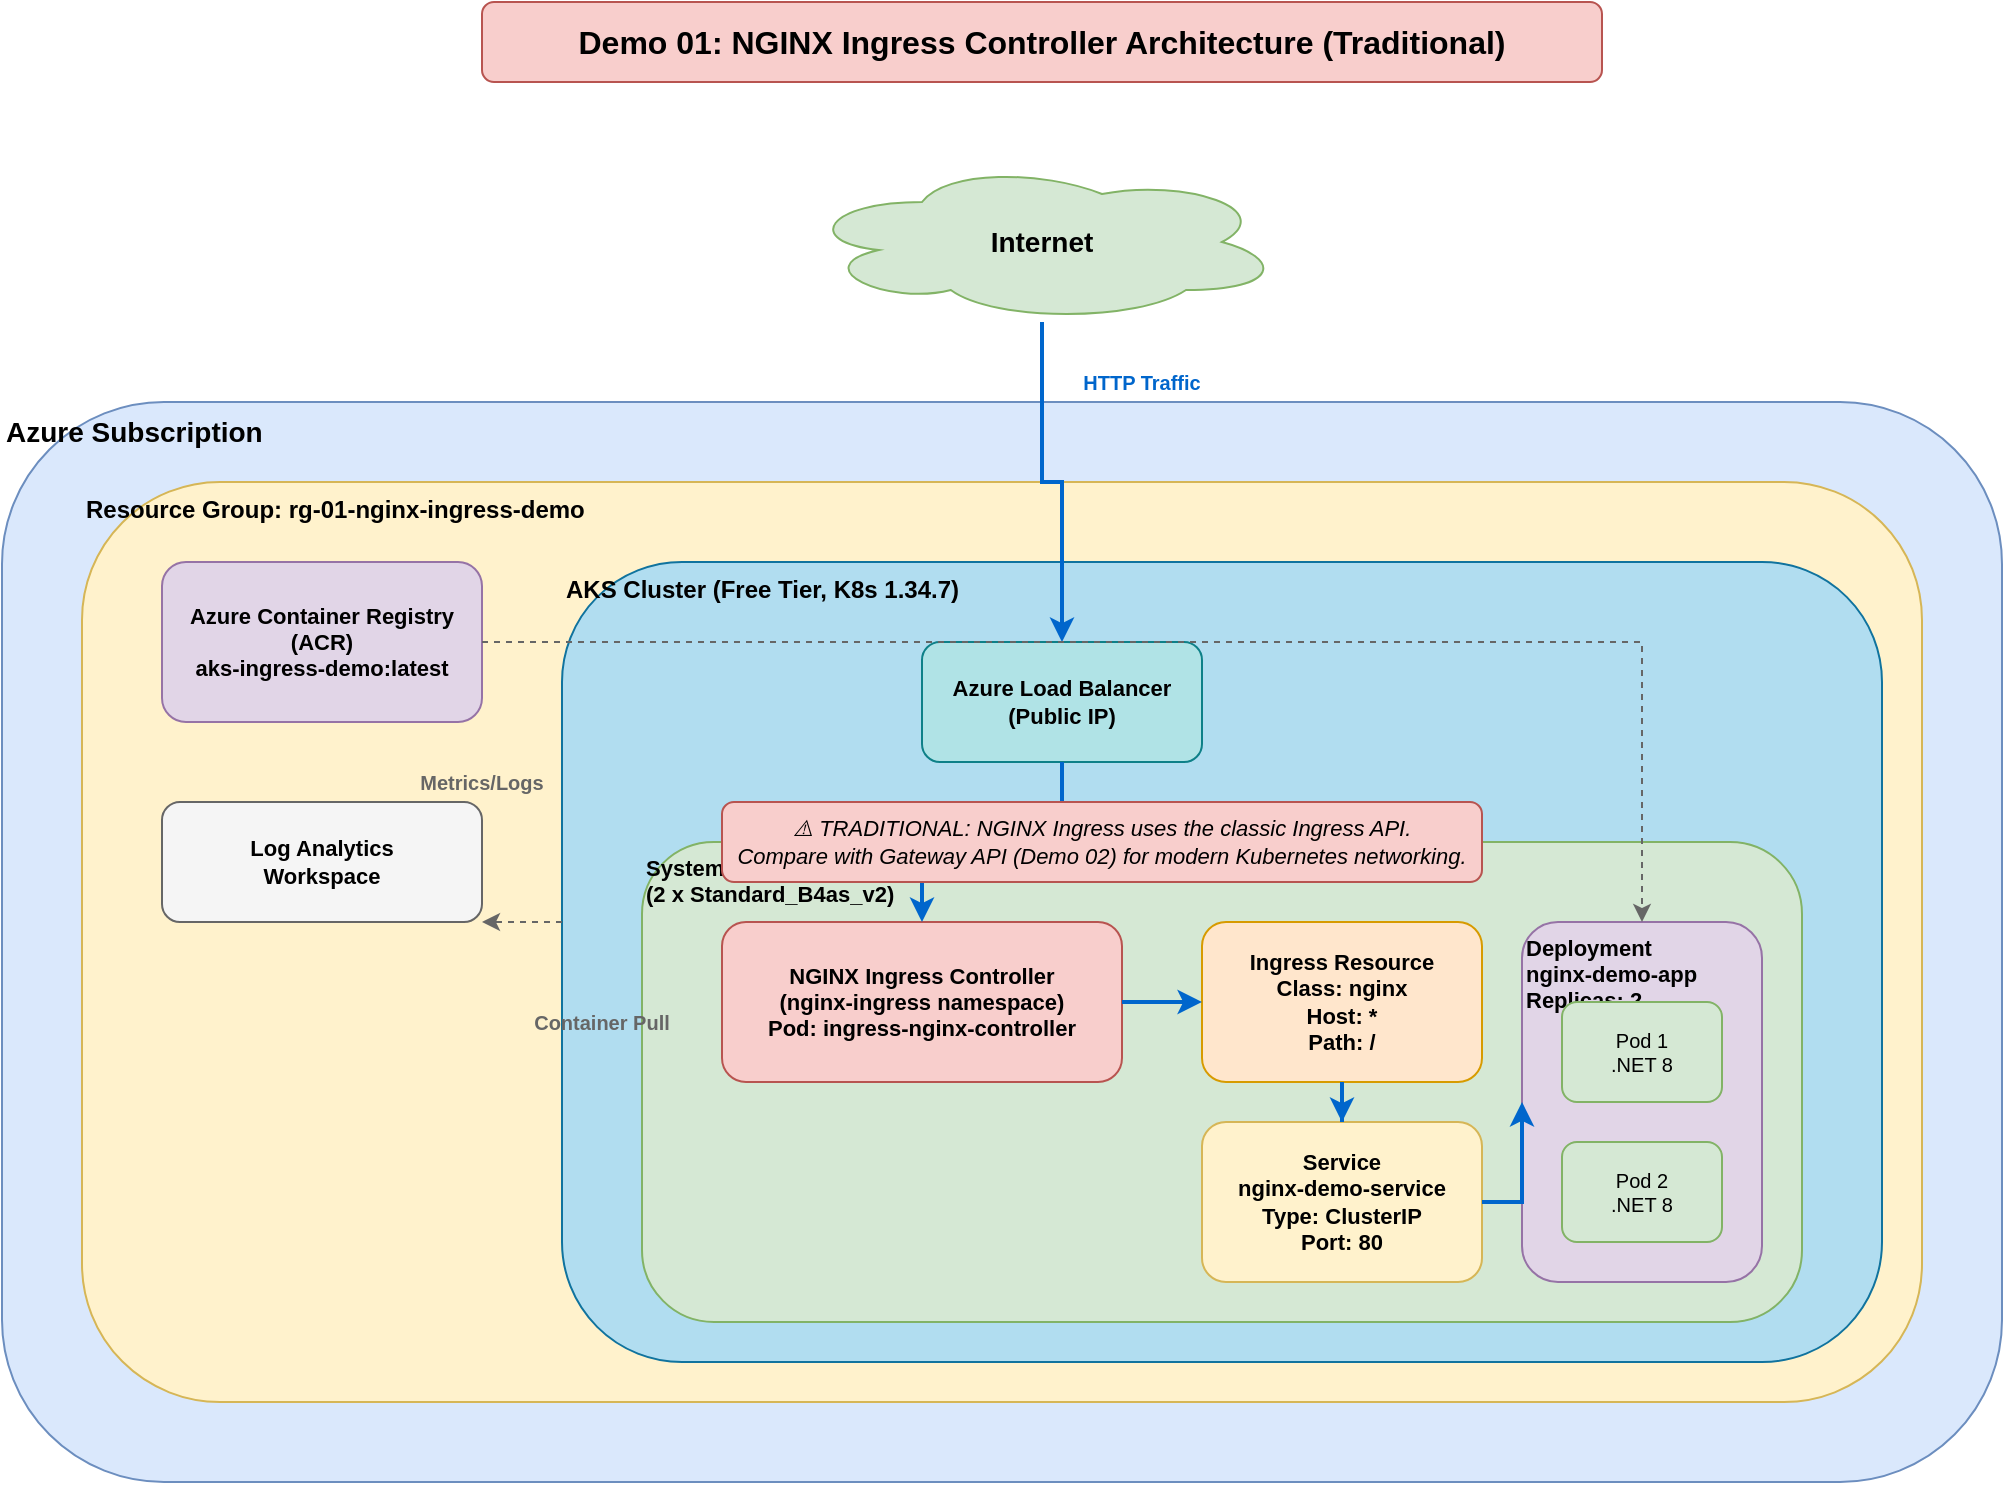
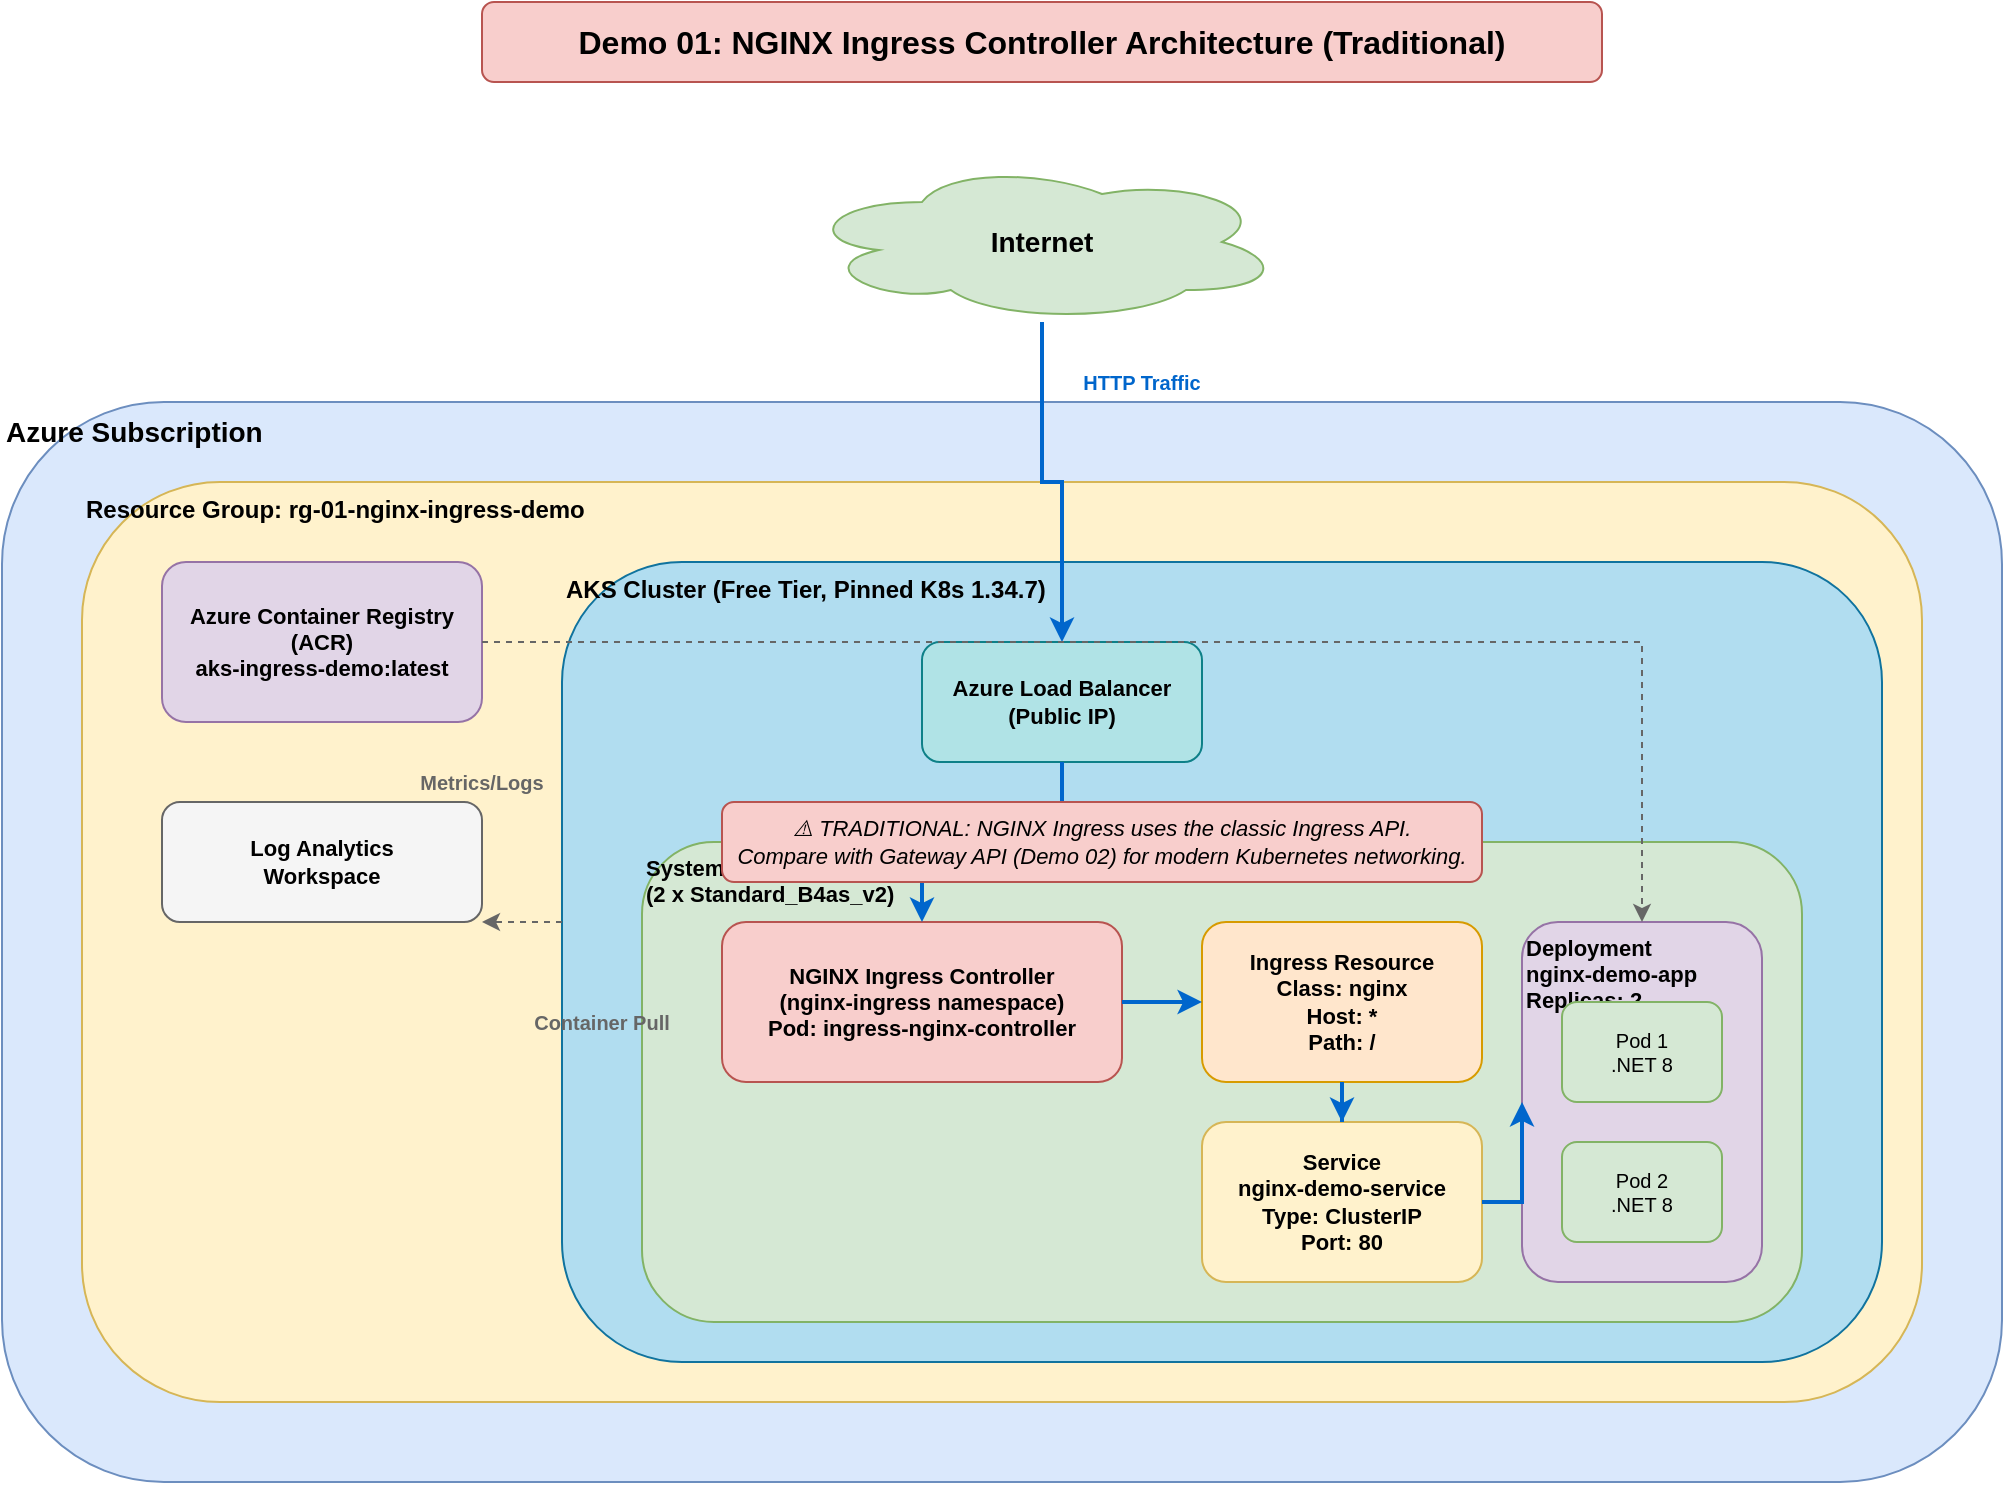
<mxfile host="app.diagrams.net" modified="2026-05-21T12:17:00.000Z" agent="draw.io" version="24.0.0">
  <diagram name="NGINX Ingress Architecture" id="nginx-ingress-arch">
    <mxGraphModel dx="1422" dy="794" grid="1" gridSize="10" guides="1" tooltips="1" connect="1" arrows="1" fold="1" page="1" pageScale="1" pageWidth="1169" pageHeight="827" math="0" shadow="0">
      <root>
        <mxCell id="0" />
        <mxCell id="1" parent="0" />

        <!-- Title -->
        <mxCell id="title" value="Demo 01: NGINX Ingress Controller Architecture (Traditional)" style="text;html=1;strokeColor=#b85450;fillColor=#f8cecc;align=center;verticalAlign=middle;whiteSpace=wrap;rounded=1;fontStyle=1;fontSize=16;" vertex="1" parent="1">
          <mxGeometry x="320" y="40" width="560" height="40" as="geometry" />
        </mxCell>

        <!-- Internet Cloud -->
        <mxCell id="internet" value="Internet" style="ellipse;shape=cloud;whiteSpace=wrap;html=1;fillColor=#d5e8d4;strokeColor=#82b366;fontSize=14;fontStyle=1" vertex="1" parent="1">
          <mxGeometry x="480" y="120" width="240" height="80" as="geometry" />
        </mxCell>

        <!-- Azure Subscription Box -->
        <mxCell id="azure-sub" value="Azure Subscription" style="rounded=1;whiteSpace=wrap;html=1;fillColor=#dae8fc;strokeColor=#6c8ebf;verticalAlign=top;fontStyle=1;fontSize=14;align=left;" vertex="1" parent="1">
          <mxGeometry x="80" y="240" width="1000" height="540" as="geometry" />
        </mxCell>

        <!-- Resource Group -->
        <mxCell id="rg" value="Resource Group: rg-01-nginx-ingress-demo" style="rounded=1;whiteSpace=wrap;html=1;fillColor=#fff2cc;strokeColor=#d6b656;verticalAlign=top;fontStyle=1;fontSize=12;align=left;" vertex="1" parent="1">
          <mxGeometry x="120" y="280" width="920" height="460" as="geometry" />
        </mxCell>

        <!-- Azure Container Registry -->
        <mxCell id="acr" value="Azure Container Registry&#xa;(ACR)&#xa;aks-ingress-demo:latest" style="rounded=1;whiteSpace=wrap;html=1;fillColor=#e1d5e7;strokeColor=#9673a6;fontSize=11;fontStyle=1" vertex="1" parent="1">
          <mxGeometry x="160" y="320" width="160" height="80" as="geometry" />
        </mxCell>

        <!-- AKS Cluster Box -->
-         <mxCell id="aks-cluster" value="AKS Cluster (Free Tier, K8s 1.34.7)" style="rounded=1;whiteSpace=wrap;html=1;fillColor=#b1ddf0;strokeColor=#10739e;verticalAlign=top;fontStyle=1;fontSize=12;align=left;" vertex="1" parent="1">
+         <mxCell id="aks-cluster" value="AKS Cluster (Free Tier, Pinned K8s 1.34.7)" style="rounded=1;whiteSpace=wrap;html=1;fillColor=#b1ddf0;strokeColor=#10739e;verticalAlign=top;fontStyle=1;fontSize=12;align=left;" vertex="1" parent="1">
          <mxGeometry x="360" y="320" width="660" height="400" as="geometry" />
        </mxCell>

        <!-- Load Balancer -->
        <mxCell id="lb" value="Azure Load Balancer&#xa;(Public IP)" style="rounded=1;whiteSpace=wrap;html=1;fillColor=#b0e3e6;strokeColor=#0e8088;fontSize=11;fontStyle=1" vertex="1" parent="1">
          <mxGeometry x="540" y="360" width="140" height="60" as="geometry" />
        </mxCell>

        <!-- System Node Pool -->
        <mxCell id="nodepool" value="System Node Pool&#xa;(2 x Standard_B4as_v2)" style="rounded=1;whiteSpace=wrap;html=1;fillColor=#d5e8d4;strokeColor=#82b366;verticalAlign=top;fontStyle=1;fontSize=11;align=left;" vertex="1" parent="1">
          <mxGeometry x="400" y="460" width="580" height="240" as="geometry" />
        </mxCell>

        <!-- NGINX Ingress Controller -->
        <mxCell id="nginx-controller" value="NGINX Ingress Controller&#xa;(nginx-ingress namespace)&#xa;Pod: ingress-nginx-controller" style="rounded=1;whiteSpace=wrap;html=1;fillColor=#f8cecc;strokeColor=#b85450;fontSize=11;fontStyle=1" vertex="1" parent="1">
          <mxGeometry x="440" y="500" width="200" height="80" as="geometry" />
        </mxCell>

        <!-- Ingress Resource -->
        <mxCell id="ingress" value="Ingress Resource&#xa;Class: nginx&#xa;Host: *&#xa;Path: /" style="rounded=1;whiteSpace=wrap;html=1;fillColor=#ffe6cc;strokeColor=#d79b00;fontSize=11;fontStyle=1" vertex="1" parent="1">
          <mxGeometry x="680" y="500" width="140" height="80" as="geometry" />
        </mxCell>

        <!-- Service -->
        <mxCell id="service" value="Service&#xa;nginx-demo-service&#xa;Type: ClusterIP&#xa;Port: 80" style="rounded=1;whiteSpace=wrap;html=1;fillColor=#fff2cc;strokeColor=#d6b656;fontSize=11;fontStyle=1" vertex="1" parent="1">
          <mxGeometry x="680" y="600" width="140" height="80" as="geometry" />
        </mxCell>

        <!-- Deployment/Pods -->
        <mxCell id="deployment" value="Deployment&#xa;nginx-demo-app&#xa;Replicas: 2" style="rounded=1;whiteSpace=wrap;html=1;fillColor=#e1d5e7;strokeColor=#9673a6;verticalAlign=top;fontStyle=1;fontSize=11;align=left;" vertex="1" parent="1">
          <mxGeometry x="840" y="500" width="120" height="180" as="geometry" />
        </mxCell>

        <mxCell id="pod1" value="Pod 1&#xa;.NET 8" style="rounded=1;whiteSpace=wrap;html=1;fillColor=#d5e8d4;strokeColor=#82b366;fontSize=10" vertex="1" parent="1">
          <mxGeometry x="860" y="540" width="80" height="50" as="geometry" />
        </mxCell>

        <mxCell id="pod2" value="Pod 2&#xa;.NET 8" style="rounded=1;whiteSpace=wrap;html=1;fillColor=#d5e8d4;strokeColor=#82b366;fontSize=10" vertex="1" parent="1">
          <mxGeometry x="860" y="610" width="80" height="50" as="geometry" />
        </mxCell>

        <!-- Log Analytics -->
        <mxCell id="logs" value="Log Analytics&#xa;Workspace" style="rounded=1;whiteSpace=wrap;html=1;fillColor=#f5f5f5;strokeColor=#666666;fontSize=11;fontStyle=1" vertex="1" parent="1">
          <mxGeometry x="160" y="440" width="160" height="60" as="geometry" />
        </mxCell>

        <!-- Arrows -->
        <mxCell id="arrow1" style="edgeStyle=orthogonalEdgeStyle;rounded=0;orthogonalLoop=1;jettySize=auto;html=1;strokeWidth=2;strokeColor=#0066CC;" edge="1" parent="1" source="internet" target="lb">
          <mxGeometry relative="1" as="geometry" />
        </mxCell>

        <mxCell id="arrow2" style="edgeStyle=orthogonalEdgeStyle;rounded=0;orthogonalLoop=1;jettySize=auto;html=1;strokeWidth=2;strokeColor=#0066CC;" edge="1" parent="1" source="lb" target="nginx-controller">
          <mxGeometry relative="1" as="geometry" />
        </mxCell>

        <mxCell id="arrow3" style="edgeStyle=orthogonalEdgeStyle;rounded=0;orthogonalLoop=1;jettySize=auto;html=1;strokeWidth=2;strokeColor=#0066CC;" edge="1" parent="1" source="nginx-controller" target="ingress">
          <mxGeometry relative="1" as="geometry" />
        </mxCell>

        <mxCell id="arrow4" style="edgeStyle=orthogonalEdgeStyle;rounded=0;orthogonalLoop=1;jettySize=auto;html=1;strokeWidth=2;strokeColor=#0066CC;" edge="1" parent="1" source="ingress" target="service">
          <mxGeometry relative="1" as="geometry" />
        </mxCell>

        <mxCell id="arrow5" style="edgeStyle=orthogonalEdgeStyle;rounded=0;orthogonalLoop=1;jettySize=auto;html=1;strokeWidth=2;strokeColor=#0066CC;" edge="1" parent="1" source="service" target="deployment">
          <mxGeometry relative="1" as="geometry" />
        </mxCell>

        <mxCell id="arrow6" style="edgeStyle=orthogonalEdgeStyle;rounded=0;orthogonalLoop=1;jettySize=auto;html=1;strokeWidth=1;strokeColor=#666666;dashed=1;" edge="1" parent="1" source="acr" target="deployment">
          <mxGeometry relative="1" as="geometry" />
        </mxCell>

        <mxCell id="arrow7" style="edgeStyle=orthogonalEdgeStyle;rounded=0;orthogonalLoop=1;jettySize=auto;html=1;strokeWidth=1;strokeColor=#666666;dashed=1;" edge="1" parent="1" source="aks-cluster" target="logs">
          <mxGeometry relative="1" as="geometry">
            <Array as="points">
              <mxPoint x="380" y="470" />
              <mxPoint x="380" y="470" />
            </Array>
          </mxGeometry>
        </mxCell>

        <!-- Labels -->
        <mxCell id="label1" value="HTTP Traffic" style="text;html=1;align=center;verticalAlign=middle;whiteSpace=wrap;fontSize=10;fontColor=#0066CC;fontStyle=1" vertex="1" parent="1">
          <mxGeometry x="610" y="220" width="80" height="20" as="geometry" />
        </mxCell>

        <mxCell id="label2" value="Container Pull" style="text;html=1;align=center;verticalAlign=middle;whiteSpace=wrap;fontSize=10;fontColor=#666666;fontStyle=1" vertex="1" parent="1">
          <mxGeometry x="340" y="540" width="80" height="20" as="geometry" />
        </mxCell>

        <mxCell id="label3" value="Metrics/Logs" style="text;html=1;align=center;verticalAlign=middle;whiteSpace=wrap;fontSize=10;fontColor=#666666;fontStyle=1" vertex="1" parent="1">
          <mxGeometry x="280" y="420" width="80" height="20" as="geometry" />
        </mxCell>

        <!-- Deprecation Notice -->
        <mxCell id="traditional-note" value="⚠️ TRADITIONAL: NGINX Ingress uses the classic Ingress API.&#xa;Compare with Gateway API (Demo 02) for modern Kubernetes networking." style="text;html=1;strokeColor=#b85450;fillColor=#f8cecc;align=center;verticalAlign=middle;whiteSpace=wrap;rounded=1;fontSize=11;fontStyle=2" vertex="1" parent="1">
          <mxGeometry x="440" y="440" width="380" height="40" as="geometry" />
        </mxCell>

      </root>
    </mxGraphModel>
  </diagram>
</mxfile>
